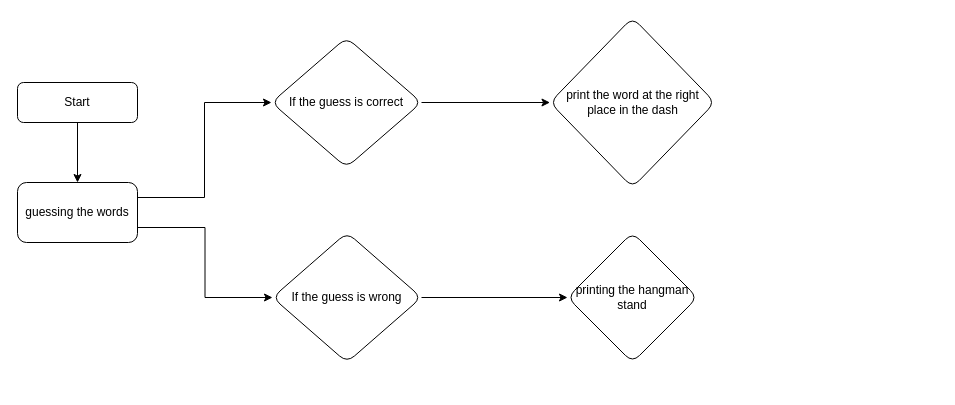
Above: Hangman.drawio in kkrtxkt/draw (draw.io), before the change. Source tidied: cells renumbered, new cells numbered last; positions are measured from the earlier drawing's top-left corner, leaving out a move shared by most shapes. Both pictures are drawn from the tidied source at 100%, with x=0, y=0 at pixel (17, 17).
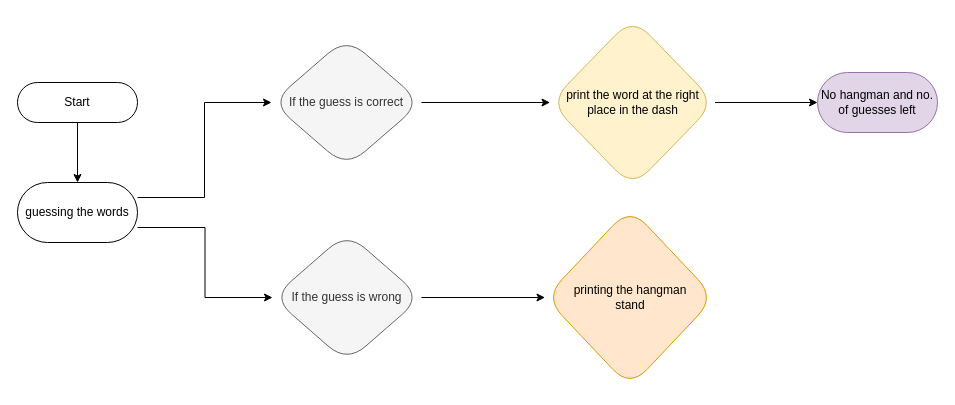
Above is the later version.

Diff of the diagram source:
```diff
@@
 <mxGraphModel>
   <root>
     <mxCell id="0" />
     <mxCell id="1" parent="0" />
     <mxCell id="2" style="edgeStyle=orthogonalEdgeStyle;rounded=0;jettySize=auto;html=1;exitX=0.5;exitY=1;exitDx=0;exitDy=0;" parent="1" edge="1" source="3" target="6">
       <mxGeometry relative="1" as="geometry" />
     </mxCell>
-    <mxCell id="3" value="Start" style="rounded=1;whiteSpace=wrap;html=1;fontSize=12;glass=0;strokeWidth=1;shadow=0;" parent="1" vertex="1">
+    <mxCell id="3" value="Start" style="rounded=1;whiteSpace=wrap;html=1;fontSize=12;glass=0;strokeWidth=1;shadow=0;arcSize=50;" parent="1" vertex="1">
       <mxGeometry y="65" width="120" height="40" as="geometry" />
     </mxCell>
     <mxCell id="4" style="edgeStyle=orthogonalEdgeStyle;rounded=0;jettySize=auto;html=1;exitX=1;exitY=0.25;exitDx=0;exitDy=0;entryX=0;entryY=0.5;entryDx=0;entryDy=0;" parent="1" edge="1" source="6" target="8">
       <mxGeometry relative="1" as="geometry" />
     </mxCell>
     <mxCell id="5" style="edgeStyle=orthogonalEdgeStyle;rounded=0;jettySize=auto;html=1;exitX=1;exitY=0.75;exitDx=0;exitDy=0;entryX=0;entryY=0.5;entryDx=0;entryDy=0;" parent="1" edge="1" source="6" target="11">
       <mxGeometry relative="1" as="geometry" />
     </mxCell>
-    <mxCell id="6" value="guessing the words" style="rounded=1;whiteSpace=wrap;html=1;" parent="1" vertex="1">
+    <mxCell id="6" value="guessing the words" style="rounded=1;whiteSpace=wrap;html=1;arcSize=50;" parent="1" vertex="1">
       <mxGeometry y="165" width="120" height="60" as="geometry" />
     </mxCell>
     <mxCell id="7" style="edgeStyle=orthogonalEdgeStyle;rounded=0;jettySize=auto;html=1;" parent="1" edge="1" source="8" target="9">
       <mxGeometry relative="1" as="geometry" />
     </mxCell>
-    <mxCell id="8" value="If the guess is correct" style="rhombus;whiteSpace=wrap;html=1;rounded=1;" parent="1" vertex="1">
+    <mxCell id="8" value="If the guess is correct" style="rhombus;whiteSpace=wrap;html=1;rounded=1;fillColor=#f5f5f5;fontColor=#333333;strokeColor=#666666;arcSize=50;" parent="1" vertex="1">
       <mxGeometry x="254" y="20" width="150" height="130" as="geometry" />
     </mxCell>
+    <mxCell id="13" style="edgeStyle=orthogonalEdgeStyle;rounded=0;jettySize=auto;html=1;" parent="1" edge="1" source="9" target="14">
+      <mxGeometry relative="1" as="geometry" />
+    </mxCell>
-    <mxCell id="9" value="print the word at the right place in the dash" style="rhombus;whiteSpace=wrap;html=1;rounded=1;" parent="1" vertex="1">
+    <mxCell id="9" value="print the word at the right place in the dash" style="rhombus;whiteSpace=wrap;html=1;rounded=1;fillColor=#fff2cc;strokeColor=#d6b656;arcSize=50;" parent="1" vertex="1">
       <mxGeometry x="532.5" width="165" height="170" as="geometry" />
     </mxCell>
     <mxCell id="10" style="edgeStyle=orthogonalEdgeStyle;rounded=0;jettySize=auto;html=1;" parent="1" edge="1" source="11" target="12">
       <mxGeometry relative="1" as="geometry" />
     </mxCell>
-    <mxCell id="11" value="If the guess is wrong" style="rhombus;whiteSpace=wrap;html=1;rounded=1;" parent="1" vertex="1">
+    <mxCell id="11" value="If the guess is wrong" style="rhombus;whiteSpace=wrap;html=1;rounded=1;fillColor=#f5f5f5;fontColor=#333333;strokeColor=#666666;arcSize=50;" parent="1" vertex="1">
       <mxGeometry x="255" y="215" width="149" height="130" as="geometry" />
     </mxCell>
-    <mxCell id="12" value="printing the hangman stand" style="rhombus;whiteSpace=wrap;html=1;rounded=1;" parent="1" vertex="1">
-      <mxGeometry x="550" y="215" width="130" height="130" as="geometry" />
+    <mxCell id="12" value="printing the hangman&lt;div&gt;stand&lt;/div&gt;" style="rhombus;whiteSpace=wrap;html=1;rounded=1;fillColor=#ffe6cc;strokeColor=#d79b00;arcSize=50;" parent="1" vertex="1">
+      <mxGeometry x="527.5" y="190" width="170" height="180" as="geometry" />
     </mxCell>
+    <mxCell id="14" value="&lt;div style=&quot;&quot;&gt;&lt;span style=&quot;background-color: initial;&quot;&gt;No hangman and no. of guesses left&lt;/span&gt;&lt;br&gt;&lt;/div&gt;" style="whiteSpace=wrap;html=1;rounded=1;align=center;fillColor=#e1d5e7;strokeColor=#9673a6;arcSize=50;" parent="1" vertex="1">
+      <mxGeometry x="800" y="55" width="120" height="60" as="geometry" />
+    </mxCell>
   </root>
 </mxGraphModel>
```
